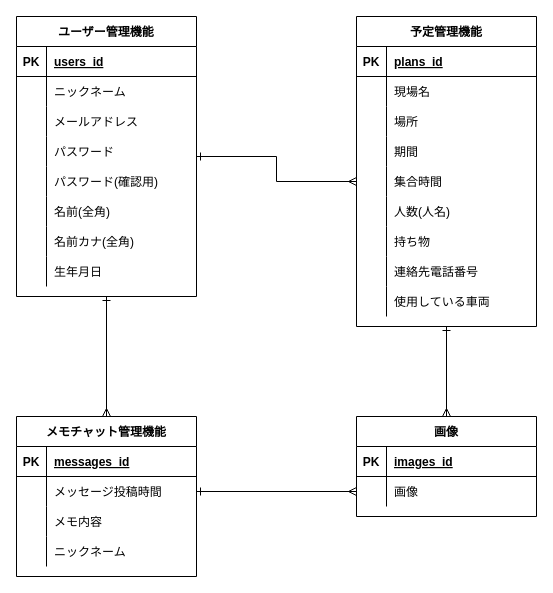
This is schedule-management.dio from kurita-t/schedule-management, a draw.io file, before an edit. Source tidied: cells renumbered, new cells numbered last; positions are measured from the earlier drawing's top-left corner, leaving out a move shared by most shapes. Both pictures are drawn from the tidied source at 100%, with x=0, y=0 at pixel (16, 16).
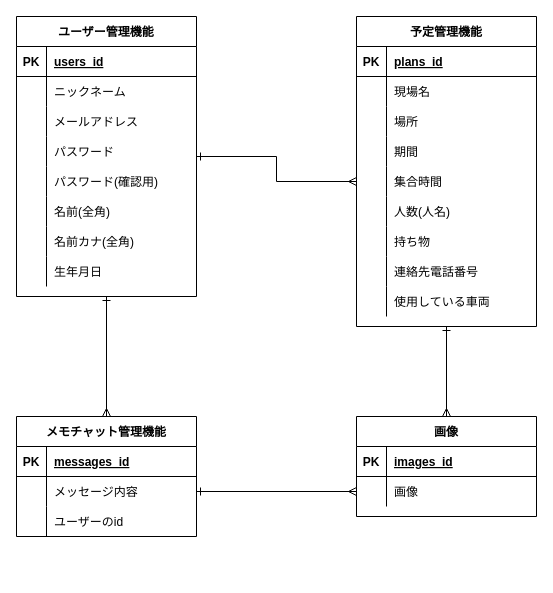
Above is the later version.

The change refers to these unchanged cells:
```xml
<mxCell id="35" style="shape=partialRectangle;fillColor=none;top=0;left=0;bottom=0;right=0;points=[[0,0.5],[1,0.5]];portConstraint=eastwest;" parent="31" vertex="1">
  <mxGeometry y="60" width="180" height="30" as="geometry" />
</mxCell>
<mxCell id="38" style="shape=partialRectangle;fillColor=none;top=0;left=0;bottom=0;right=0;" parent="31" vertex="1">
  <mxGeometry y="90" width="180" height="30" as="geometry" />
</mxCell>
```

Change to the diagram source:
```diff
@@
     <mxCell id="31" value="メモチャット管理機能" style="shape=table;startSize=30;childLayout=tableLayout;rowLines=0;fontStyle=1;align=center;" parent="1" vertex="1">
-      <mxGeometry y="400" width="180" height="160" as="geometry" />
+      <mxGeometry y="400" width="180" height="120" as="geometry" />
     </mxCell>
@@
-    <mxCell id="37" value="メッセージ投稿時間" style="shape=partialRectangle;fillColor=none;top=0;left=0;bottom=0;right=0;align=left;spacingLeft=6;overflow=hidden;" parent="35" vertex="1">
+    <mxCell id="37" value="メッセージ内容" style="shape=partialRectangle;fillColor=none;top=0;left=0;bottom=0;right=0;align=left;spacingLeft=6;overflow=hidden;" parent="35" vertex="1">
       <mxGeometry x="30" width="150" height="30" as="geometry" />
     </mxCell>
@@
-    <mxCell id="40" value="メモ内容" style="shape=partialRectangle;fillColor=none;top=0;left=0;bottom=0;right=0;align=left;spacingLeft=6;overflow=hidden;" parent="38" vertex="1">
+    <mxCell id="40" value="ユーザーのid" style="shape=partialRectangle;fillColor=none;top=0;left=0;bottom=0;right=0;align=left;spacingLeft=6;overflow=hidden;" parent="38" vertex="1">
       <mxGeometry x="30" width="150" height="30" as="geometry" />
     </mxCell>
-    <mxCell id="41" style="shape=partialRectangle;fillColor=none;top=0;left=0;bottom=0;right=0;" parent="31" vertex="1">
-      <mxGeometry y="120" width="180" height="30" as="geometry" />
-    </mxCell>
-    <mxCell id="42" style="shape=partialRectangle;fillColor=none;top=0;left=0;bottom=0;right=0;overflow=hidden;" parent="41" vertex="1">
-      <mxGeometry width="30" height="30" as="geometry" />
-    </mxCell>
-    <mxCell id="43" value="ニックネーム" style="shape=partialRectangle;fillColor=none;top=0;left=0;bottom=0;right=0;align=left;spacingLeft=6;overflow=hidden;" parent="41" vertex="1">
-      <mxGeometry x="30" width="150" height="30" as="geometry" />
-    </mxCell>
```
